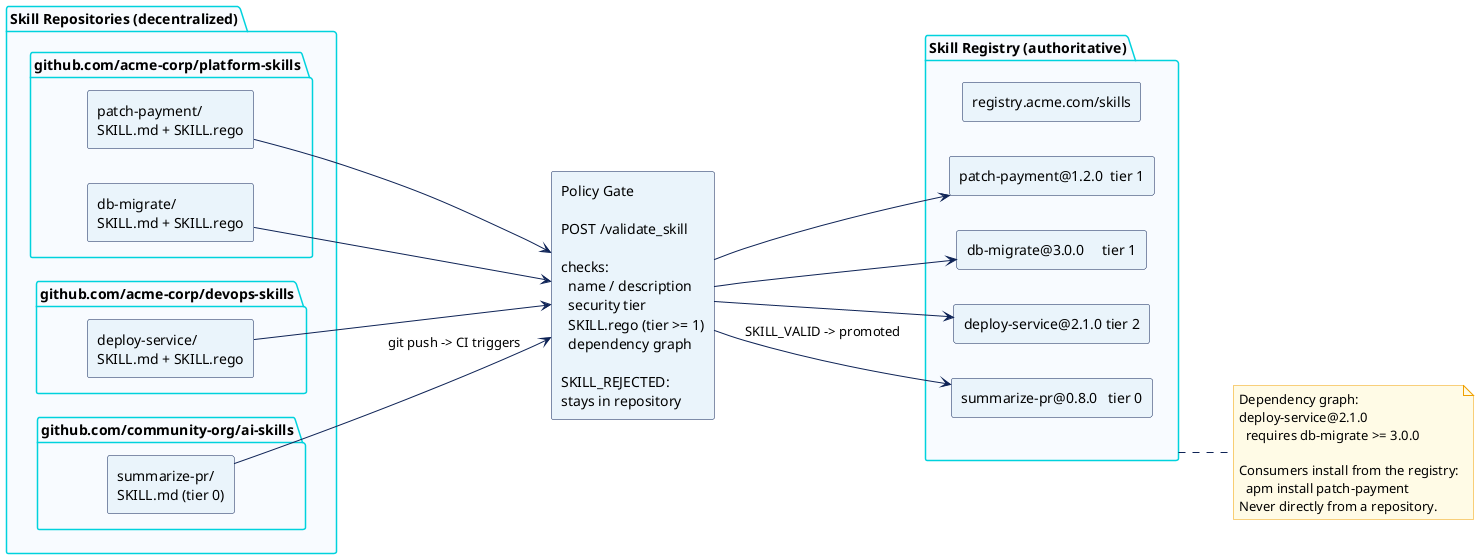
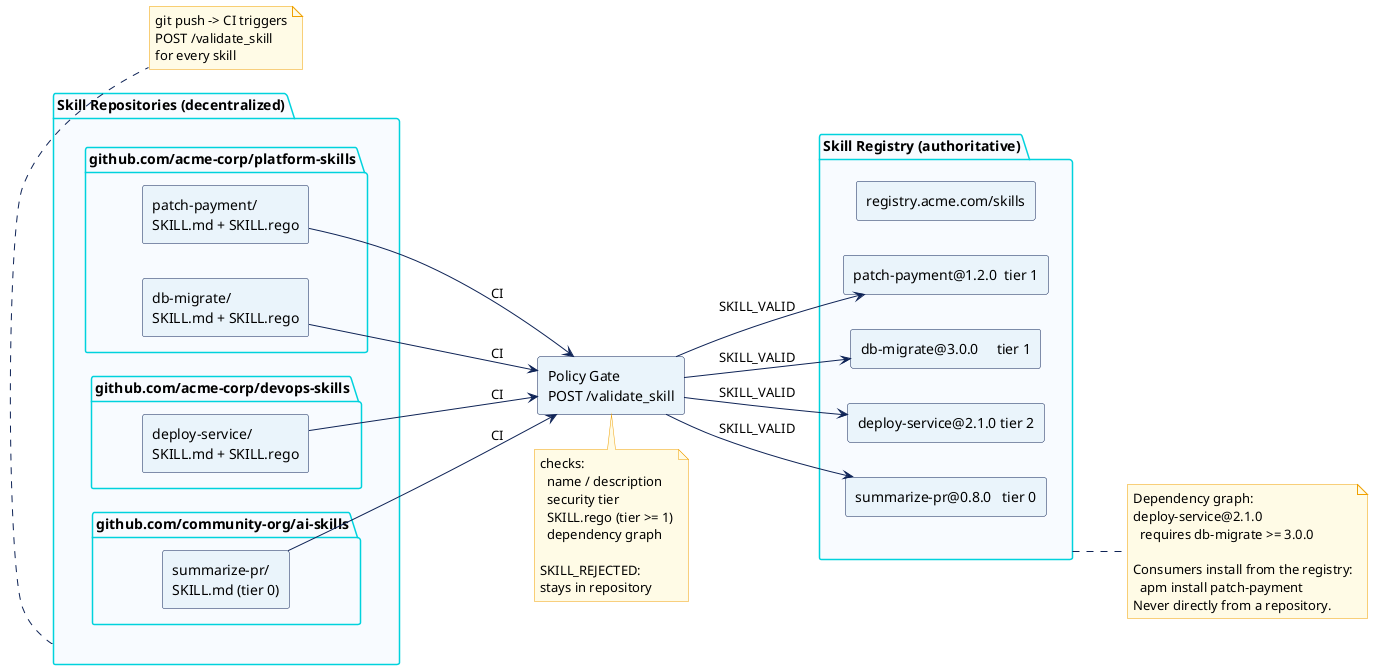
@startuml skill-concept
' Repository vs. Registry: the core conceptual distinction

skinparam defaultFontName monospace
skinparam backgroundColor white
skinparam componentStyle rectangle
skinparam ArrowColor #0E2356
skinparam ComponentBackgroundColor #EAF4FB
skinparam ComponentBorderColor #0E2356
skinparam PackageBackgroundColor #F8FBFF
skinparam PackageBorderColor #00D2DD
skinparam NoteBackgroundColor #FFFBE6
skinparam NoteBorderColor #F0A000

left to right direction

package "Skill Repositories (decentralized)" as REPOS {

  package "github.com/acme-corp/platform-skills" as P1 {
    [patch-payment/\nSKILL.md + SKILL.rego] as S1
    [db-migrate/\nSKILL.md + SKILL.rego] as S2
  }

  package "github.com/acme-corp/devops-skills" as P2 {
    [deploy-service/\nSKILL.md + SKILL.rego] as S3
  }

  package "github.com/community-org/ai-skills" as P3 {
    [summarize-pr/\nSKILL.md (tier 0)] as S4
  }

}

- component "Policy Gate\n\nPOST /validate_skill\n\nchecks:\n  name / description\n  security tier\n  SKILL.rego (tier >= 1)\n  dependency graph\n\nSKILL_REJECTED:\nstays in repository" as GATE
+ component "Policy Gate\nPOST /validate_skill" as GATE
+ 
+ note bottom of GATE
+   checks:
+     name / description
+     security tier
+     SKILL.rego (tier >= 1)
+     dependency graph
+ 
+   SKILL_REJECTED:
+   stays in repository
+ end note

package "Skill Registry (authoritative)" as REG {
  [registry.acme.com/skills] as IDX
  [patch-payment@1.2.0  tier 1] as R1
  [db-migrate@3.0.0     tier 1] as R2
  [deploy-service@2.1.0 tier 2] as R3
  [summarize-pr@0.8.0   tier 0] as R4
}

note right of REG
  Dependency graph:
  deploy-service@2.1.0
    requires db-migrate >= 3.0.0

  Consumers install from the registry:
    apm install patch-payment
  Never directly from a repository.
end note

- S1 --> GATE
- S2 --> GATE
- S3 --> GATE
- S4 --> GATE : git push -> CI triggers
+ S1 --> GATE : CI
+ S2 --> GATE : CI
+ S3 --> GATE : CI
+ S4 --> GATE : CI

- GATE --> R1
- GATE --> R2
- GATE --> R3
- GATE --> R4 : SKILL_VALID -> promoted
+ GATE --> R1 : SKILL_VALID
+ GATE --> R2 : SKILL_VALID
+ GATE --> R3 : SKILL_VALID
+ GATE --> R4 : SKILL_VALID
+ 
+ note bottom of REPOS
+   git push -> CI triggers
+   POST /validate_skill
+   for every skill
+ end note

@enduml
